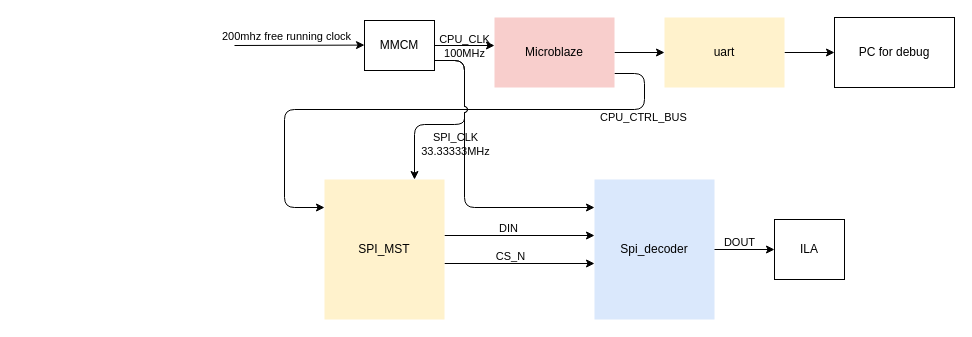
YZchen3467/drawio keeps this draw.io diagram as page "SPI_validation_module" (1 of 4) of chroma/microblaze_spi/microblaze_spi.drawio. Above is the earlier version. Source tidied: cells renumbered, new cells numbered last; positions are measured from the earlier drawing's top-left corner, leaving out a move shared by most shapes. Both pictures are drawn from the tidied source at 100%, with x=0, y=0 at pixel (234, 17).
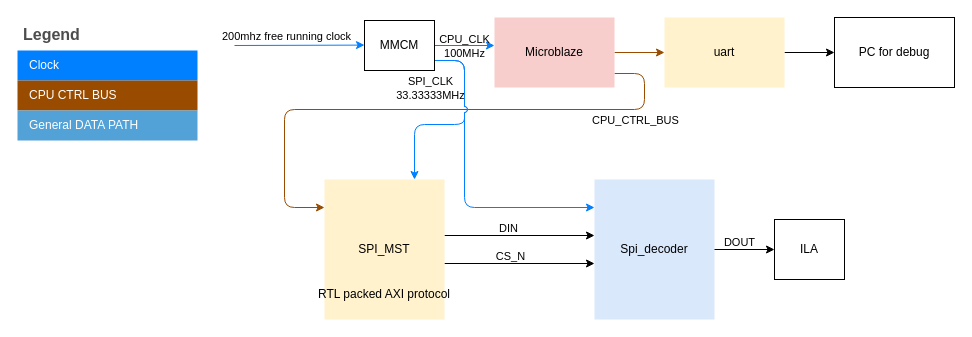
The same page after the edit.

Commit message (it also covers changes not shown here):
add something new architecture

Unchanged cells that the change refers to:
```xml
<mxCell id="2" value="Spi_decoder" style="rounded=0;whiteSpace=wrap;html=1;points=[[0,0.2,0,0,0],[0,0.4,0,0,0],[0,0.6,0,0,0],[0,0.8,0,0,0],[0.25,0,0,0,0],[0.25,1,0,0,0],[0.5,0,0,0,0],[0.5,1,0,0,0],[0.75,0,0,0,0],[0.75,1,0,0,0],[1,0,0,0,0],[1,0.25,0,0,0],[1,0.5,0,0,0],[1,0.75,0,0,0],[1,1,0,0,0]];fillColor=#dae8fc;strokeColor=none;" parent="1" vertex="1">
  <mxGeometry x="360" y="162" width="120" height="140" as="geometry" />
</mxCell>
<mxCell id="9" value="SPI_MST" style="rounded=0;whiteSpace=wrap;html=1;points=[[0,0.2,0,0,0],[0,0.4,0,0,0],[0,0.6,0,0,0],[0,0.8,0,0,0],[0.25,0,0,0,0],[0.25,1,0,0,0],[0.5,0,0,0,0],[0.5,1,0,0,0],[0.75,0,0,0,0],[0.75,1,0,0,0],[1,0.2,0,0,0],[1,0.4,0,0,0],[1,0.6,0,0,0],[1,0.8,0,0,0]];fillColor=#fff2cc;strokeColor=none;" parent="1" vertex="1">
  <mxGeometry x="90" y="162" width="120" height="140" as="geometry" />
</mxCell>
<mxCell id="13" value="Microblaze" style="rounded=0;whiteSpace=wrap;html=1;points=[[0,0.2,0,0,0],[0,0.4,0,0,0],[0,0.6,0,0,0],[0,0.8,0,0,0],[0.25,0,0,0,0],[0.25,1,0,0,0],[0.5,0,0,0,0],[0.5,1,0,0,0],[0.75,0,0,0,0],[0.75,1,0,0,0],[1,0.2,0,0,0],[1,0.4,0,0,0],[1,0.6,0,0,0],[1,0.8,0,0,0]];fillColor=#f8cecc;strokeColor=none;" parent="1" vertex="1">
  <mxGeometry x="260" width="120" height="70" as="geometry" />
</mxCell>
<mxCell id="19" value="MMCM" style="rounded=0;whiteSpace=wrap;html=1;points=[[0,0.2,0,0,0],[0,0.4,0,0,0],[0,0.6,0,0,0],[0,0.8,0,0,0],[0.25,0,0,0,0],[0.25,1,0,0,0],[0.5,0,0,0,0],[0.5,1,0,0,0],[0.75,0,0,0,0],[0.75,1,0,0,0],[1,0.2,0,0,0],[1,0.4,0,0,0],[1,0.6,0,0,0],[1,0.8,0,0,0]];" parent="1" vertex="1">
  <mxGeometry x="130" y="3" width="70" height="50" as="geometry" />
</mxCell>
<mxCell id="23" value="uart" style="rounded=0;whiteSpace=wrap;html=1;points=[[0,0.2,0,0,0],[0,0.4,0,0,0],[0,0.6,0,0,0],[0,0.8,0,0,0],[0.25,0,0,0,0],[0.25,1,0,0,0],[0.5,0,0,0,0],[0.5,1,0,0,0],[0.75,0,0,0,0],[0.75,1,0,0,0],[1,0.2,0,0,0],[1,0.4,0,0,0],[1,0.6,0,0,0],[1,0.8,0,0,0]];fillColor=#fff2cc;strokeColor=none;" parent="1" vertex="1">
  <mxGeometry x="430" width="120" height="70" as="geometry" />
</mxCell>
```

Change to the diagram source:
```diff
@@
-    <mxCell id="10" style="edgeStyle=elbowEdgeStyle;html=1;jumpStyle=arc;" parent="1" edge="1" source="13" target="23">
+    <mxCell id="10" style="edgeStyle=elbowEdgeStyle;html=1;jumpStyle=arc;strokeColor=#994C00;" parent="1" edge="1" source="13" target="23">
       <mxGeometry relative="1" as="geometry" />
     </mxCell>
-    <mxCell id="11" style="edgeStyle=orthogonalEdgeStyle;html=1;entryX=0;entryY=0.2;entryDx=0;entryDy=0;entryPerimeter=0;exitX=1;exitY=0.8;exitDx=0;exitDy=0;exitPerimeter=0;jumpStyle=arc;" parent="1" edge="1" source="13" target="9">
+    <mxCell id="11" style="edgeStyle=orthogonalEdgeStyle;html=1;entryX=0;entryY=0.2;entryDx=0;entryDy=0;entryPerimeter=0;exitX=1;exitY=0.8;exitDx=0;exitDy=0;exitPerimeter=0;jumpStyle=arc;strokeColor=#994C00;" parent="1" edge="1" source="13" target="9">
       <mxGeometry relative="1" as="geometry">
         <Array as="points">
           <mxPoint x="410" y="56" />
           <mxPoint x="410" y="92" />
           <mxPoint x="50" y="92" />
           <mxPoint x="50" y="190" />
         </Array>
       </mxGeometry>
     </mxCell>
     <mxCell id="12" value="CPU_CTRL_BUS" style="edgeLabel;html=1;align=center;verticalAlign=middle;labelBackgroundColor=none;" parent="11" vertex="1">
       <mxGeometry x="-0.61" y="2" relative="1" as="geometry">
-        <mxPoint x="42" y="5" as="offset" />
+        <mxPoint x="34" y="8" as="offset" />
       </mxGeometry>
     </mxCell>
@@
-    <mxCell id="14" style="edgeStyle=none;html=1;entryX=0;entryY=0.4;entryDx=0;entryDy=0;entryPerimeter=0;jumpStyle=arc;" parent="1" edge="1" source="19" target="13">
-      <mxGeometry relative="1" as="geometry" />
+    <mxCell id="14" style="edgeStyle=none;html=1;entryX=0;entryY=0.4;entryDx=0;entryDy=0;entryPerimeter=0;jumpStyle=arc;strokeColor=#007FFF;" parent="1" edge="1" target="13">
+      <mxGeometry relative="1" as="geometry">
+        <mxPoint x="200" y="28" as="sourcePoint" />
+      </mxGeometry>
     </mxCell>
@@
-    <mxCell id="16" style="edgeStyle=elbowEdgeStyle;html=1;entryX=0;entryY=0.2;entryDx=0;entryDy=0;entryPerimeter=0;exitX=1;exitY=0.8;exitDx=0;exitDy=0;exitPerimeter=0;jumpStyle=arc;" parent="1" edge="1" source="19" target="2">
+    <mxCell id="16" style="edgeStyle=elbowEdgeStyle;html=1;entryX=0;entryY=0.2;entryDx=0;entryDy=0;entryPerimeter=0;exitX=1;exitY=0.8;exitDx=0;exitDy=0;exitPerimeter=0;jumpStyle=arc;strokeColor=#007FFF;" parent="1" edge="1" source="19" target="2">
       <mxGeometry relative="1" as="geometry">
         <Array as="points">
           <mxPoint x="230" y="82" />
           <mxPoint x="240" y="102" />
         </Array>
       </mxGeometry>
     </mxCell>
     <mxCell id="17" value="SPI_CLK&lt;br&gt;33.33333MHz" style="edgeLabel;html=1;align=center;verticalAlign=middle;labelBackgroundColor=none;" parent="16" vertex="1">
       <mxGeometry x="0.59" y="3" relative="1" as="geometry">
-        <mxPoint x="-77" y="-61" as="offset" />
+        <mxPoint x="-102" y="-117" as="offset" />
       </mxGeometry>
     </mxCell>
-    <mxCell id="18" style="edgeStyle=orthogonalEdgeStyle;html=1;entryX=0.75;entryY=0;entryDx=0;entryDy=0;entryPerimeter=0;jumpStyle=arc;exitX=1;exitY=0.8;exitDx=0;exitDy=0;exitPerimeter=0;" parent="1" edge="1" source="19" target="9">
+    <mxCell id="18" style="edgeStyle=orthogonalEdgeStyle;html=1;entryX=0.75;entryY=0;entryDx=0;entryDy=0;entryPerimeter=0;jumpStyle=arc;exitX=1;exitY=0.8;exitDx=0;exitDy=0;exitPerimeter=0;strokeColor=#007FFF;" parent="1" edge="1" source="19" target="9">
       <mxGeometry relative="1" as="geometry">
         <Array as="points">
           <mxPoint x="230" y="43" />
           <mxPoint x="230" y="107" />
           <mxPoint x="180" y="107" />
         </Array>
       </mxGeometry>
     </mxCell>
@@
-    <mxCell id="20" style="edgeStyle=none;html=1;entryX=0;entryY=0.4;entryDx=0;entryDy=0;entryPerimeter=0;jumpStyle=arc;" parent="1" edge="1">
+    <mxCell id="20" style="edgeStyle=none;html=1;entryX=0;entryY=0.4;entryDx=0;entryDy=0;entryPerimeter=0;jumpStyle=arc;strokeColor=#007FFF;" parent="1" edge="1">
       <mxGeometry relative="1" as="geometry">
         <mxPoint y="28" as="sourcePoint" />
         <mxPoint x="130" y="27.6" as="targetPoint" />
       </mxGeometry>
     </mxCell>
@@
+    <mxCell id="26" value="RTL packed AXI protocol" style="text;html=1;align=center;verticalAlign=middle;whiteSpace=wrap;rounded=0;" parent="1" vertex="1">
+      <mxGeometry x="81" y="262" width="138" height="30" as="geometry" />
+    </mxCell>
+    <mxCell id="27" value="Legend" style="shape=table;startSize=30;childLayout=tableLayout;fontSize=16;align=left;verticalAlign=top;fillColor=none;strokeColor=none;fontColor=#4D4D4D;fontStyle=1;spacingLeft=6;spacing=0;" parent="1" vertex="1">
+      <mxGeometry x="-217" y="3" width="180" height="120" as="geometry" />
+    </mxCell>
+    <mxCell id="28" style="shape=tableRow;horizontal=0;startSize=0;swimlaneHead=0;swimlaneBody=0;strokeColor=inherit;top=0;left=0;bottom=0;right=0;fillColor=none;fontSize=12;" parent="27" vertex="1">
+      <mxGeometry y="30" width="180" height="30" as="geometry" />
+    </mxCell>
+    <mxCell id="29" value="Clock" style="shape=partialRectangle;html=1;whiteSpace=wrap;strokeColor=inherit;overflow=hidden;fillColor=#007FFF;top=0;left=0;bottom=0;right=0;fontSize=12;align=left;fontColor=#FFFFFF;gradientColor=none;spacingLeft=10;spacingRight=4;" parent="28" vertex="1">
+      <mxGeometry width="180" height="30" as="geometry" />
+    </mxCell>
+    <mxCell id="30" style="shape=tableRow;horizontal=0;startSize=0;swimlaneHead=0;swimlaneBody=0;strokeColor=inherit;top=0;left=0;bottom=0;right=0;fillColor=none;fontSize=12;" parent="27" vertex="1">
+      <mxGeometry y="60" width="180" height="30" as="geometry" />
+    </mxCell>
+    <mxCell id="31" value="CPU CTRL BUS" style="shape=partialRectangle;html=1;whiteSpace=wrap;strokeColor=inherit;overflow=hidden;fillColor=#994C00;top=0;left=0;bottom=0;right=0;fontSize=12;align=left;fontColor=#FFFFFF;gradientColor=none;spacingLeft=10;spacingRight=4;" parent="30" vertex="1">
+      <mxGeometry width="180" height="30" as="geometry" />
+    </mxCell>
+    <mxCell id="32" style="shape=tableRow;horizontal=0;startSize=0;swimlaneHead=0;swimlaneBody=0;strokeColor=inherit;top=0;left=0;bottom=0;right=0;fillColor=none;fontSize=12;" parent="27" vertex="1">
+      <mxGeometry y="90" width="180" height="30" as="geometry" />
+    </mxCell>
+    <mxCell id="33" value="General DATA PATH" style="shape=partialRectangle;html=1;whiteSpace=wrap;strokeColor=inherit;overflow=hidden;fillColor=#52a2d8;top=0;left=0;bottom=0;right=0;fontSize=12;align=left;fontColor=#FFFFFF;gradientColor=none;spacingLeft=10;spacingRight=4;" parent="32" vertex="1">
+      <mxGeometry width="180" height="30" as="geometry" />
+    </mxCell>
```
